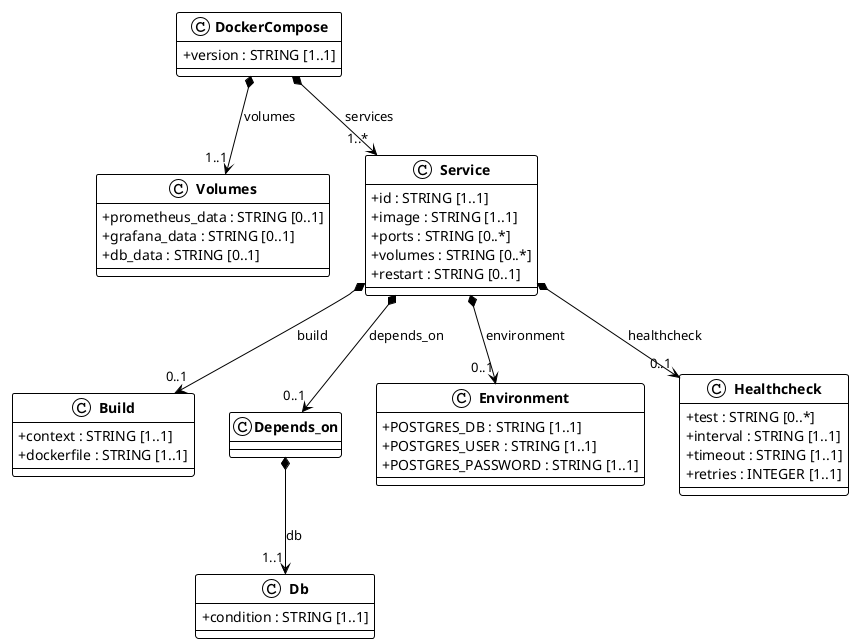
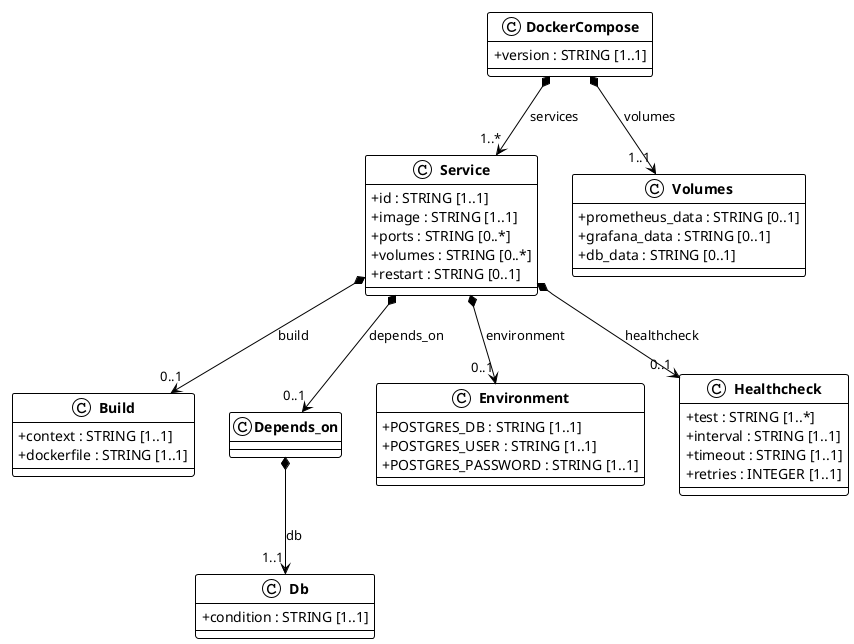
@startuml docker_compose
!theme plain
skinparam classAttributeIconSize 0
skinparam classFontStyle bold

class DockerCompose{
  + version : STRING [1..1]
}

- class Volumes{
-   + prometheus_data : STRING [0..1]
-   + grafana_data : STRING [0..1]
-   + db_data : STRING [0..1]
- }
- 
class Service{
  + id : STRING [1..1]
  + image : STRING [1..1]
  + ports : STRING [0..*]
  + volumes : STRING [0..*]
  + restart : STRING [0..1]
+ }
+ 
+ class Volumes{
+   + prometheus_data : STRING [0..1]
+   + grafana_data : STRING [0..1]
+   + db_data : STRING [0..1]
}

class Build{
  + context : STRING [1..1]
  + dockerfile : STRING [1..1]
}

class Depends_on{
}

class Db{
  + condition : STRING [1..1]
}

class Environment{
  + POSTGRES_DB : STRING [1..1]
  + POSTGRES_USER : STRING [1..1]
  + POSTGRES_PASSWORD : STRING [1..1]
}

class Healthcheck{
-   + test : STRING [0..*]
+   + test : STRING [1..*]
  + interval : STRING [1..1]
  + timeout : STRING [1..1]
  + retries : INTEGER [1..1]
}

+ DockerCompose *--> "1..*" Service : services
DockerCompose *--> "1..1" Volumes : volumes
- DockerCompose *--> "1..*" Service : services
Service *--> "0..1" Build : build
Service *--> "0..1" Depends_on : depends_on
Service *--> "0..1" Environment : environment
Service *--> "0..1" Healthcheck : healthcheck
Depends_on *--> "1..1" Db : db

@enduml
